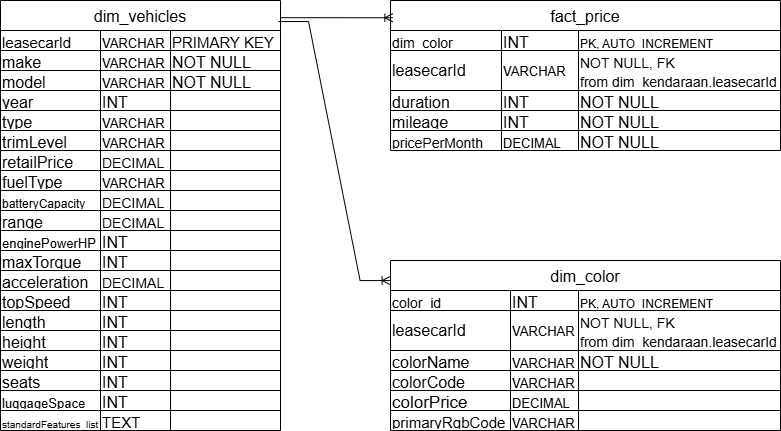
The draw.io diagram Schema/Schema.png in Khal-Ramaus/Lease-Cars, before a commit. Source tidied: cells renumbered, new cells last; positions are measured from the earlier drawing's top-left corner, leaving out a move shared by most shapes.
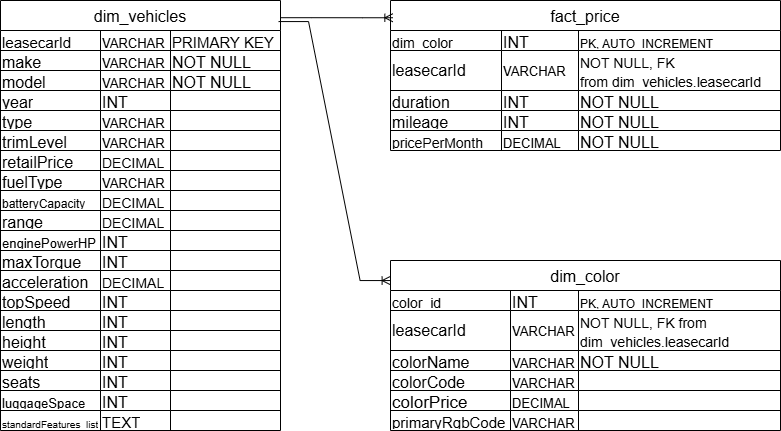
The same file after the commit.

Diff of the diagram source:
```diff
@@ -269,7 +269,7 @@
     <mxCell id="90" value="&lt;span style=&quot;font-size: 13px;&quot;&gt;VARCHAR&lt;/span&gt;" style="shape=partialRectangle;html=1;whiteSpace=wrap;strokeColor=inherit;overflow=hidden;fillColor=none;top=0;left=0;bottom=0;right=0;fontSize=16;align=left;" parent="88" vertex="1">
       <mxGeometry x="111" width="77" height="40" as="geometry" />
     </mxCell>
-    <mxCell id="91" value="&lt;font style=&quot;font-size: 14px;&quot;&gt;NOT NULL, FK from&amp;nbsp;dim_kendaraan.leasecarId&lt;/font&gt;" style="shape=partialRectangle;html=1;whiteSpace=wrap;strokeColor=inherit;overflow=hidden;fillColor=none;top=0;left=0;bottom=0;right=0;fontSize=16;align=left;" parent="88" vertex="1">
+    <mxCell id="91" value="&lt;font style=&quot;font-size: 14px;&quot;&gt;NOT NULL, FK from&amp;nbsp;dim_vehicles.leasecarId&lt;/font&gt;" style="shape=partialRectangle;html=1;whiteSpace=wrap;strokeColor=inherit;overflow=hidden;fillColor=none;top=0;left=0;bottom=0;right=0;fontSize=16;align=left;" parent="88" vertex="1">
       <mxGeometry x="188" width="202" height="40" as="geometry" />
     </mxCell>
     <mxCell id="92" style="shape=tableRow;horizontal=0;startSize=0;swimlaneHead=0;swimlaneBody=0;strokeColor=inherit;top=0;left=0;bottom=0;right=0;fillColor=none;fontSize=16;" parent="83" vertex="1">
@@ -332,7 +332,7 @@
     <mxCell id="111" value="&lt;span style=&quot;font-size: 13px;&quot;&gt;VARCHAR&lt;/span&gt;" style="shape=partialRectangle;html=1;whiteSpace=wrap;strokeColor=inherit;overflow=hidden;fillColor=none;top=0;left=0;bottom=0;right=0;fontSize=16;align=left;" parent="109" vertex="1">
       <mxGeometry x="120" width="68" height="40" as="geometry" />
     </mxCell>
-    <mxCell id="112" value="&lt;font style=&quot;font-size: 14px;&quot;&gt;NOT NULL, FK from&amp;nbsp;dim_kendaraan.leasecarId&lt;/font&gt;" style="shape=partialRectangle;html=1;whiteSpace=wrap;strokeColor=inherit;overflow=hidden;fillColor=none;top=0;left=0;bottom=0;right=0;fontSize=16;align=left;" parent="109" vertex="1">
+    <mxCell id="112" value="&lt;font style=&quot;font-size: 14px;&quot;&gt;NOT NULL, FK from dim_vehicles.leasecarId&lt;/font&gt;" style="shape=partialRectangle;html=1;whiteSpace=wrap;strokeColor=inherit;overflow=hidden;fillColor=none;top=0;left=0;bottom=0;right=0;fontSize=16;align=left;" parent="109" vertex="1">
       <mxGeometry x="188" width="202" height="40" as="geometry" />
     </mxCell>
     <mxCell id="113" style="shape=tableRow;horizontal=0;startSize=0;swimlaneHead=0;swimlaneBody=0;strokeColor=inherit;top=0;left=0;bottom=0;right=0;fillColor=none;fontSize=16;" parent="104" vertex="1">
```
